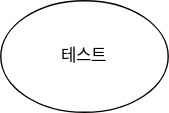
This is 01.drawio.svg from KBluePurple/page, a draw.io export, as it was before one commit. Source tidied: cells renumbered, new cells last; positions are measured from the earlier drawing's top-left corner, leaving out a move shared by most shapes.
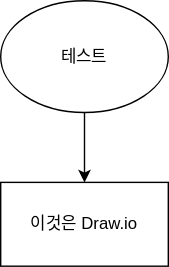
The same diagram one commit later.

Diff of the diagram source:
```diff
@@ -2,8 +2,16 @@
   <root>
     <mxCell id="0" />
     <mxCell id="1" parent="0" />
+    <mxCell id="3" style="edgeStyle=orthogonalEdgeStyle;rounded=0;jettySize=auto;html=1;fontColor=#000000;" parent="1" edge="1" source="2">
+      <mxGeometry relative="1" as="geometry">
+        <mxPoint x="60" y="130" as="targetPoint" />
+      </mxGeometry>
+    </mxCell>
     <mxCell id="2" value="&lt;font color=&quot;#000000&quot;&gt;테스트&lt;/font&gt;" style="ellipse;whiteSpace=wrap;html=1;fillStyle=solid;fillColor=#FFFFFF;" parent="1" vertex="1">
       <mxGeometry width="120" height="80" as="geometry" />
     </mxCell>
+    <mxCell id="4" value="이것은 Draw.io" style="rounded=0;whiteSpace=wrap;html=1;fillStyle=solid;fontColor=#000000;fillColor=#FFFFFF;" parent="1" vertex="1">
+      <mxGeometry y="130" width="120" height="60" as="geometry" />
+    </mxCell>
   </root>
 </mxGraphModel>
```
